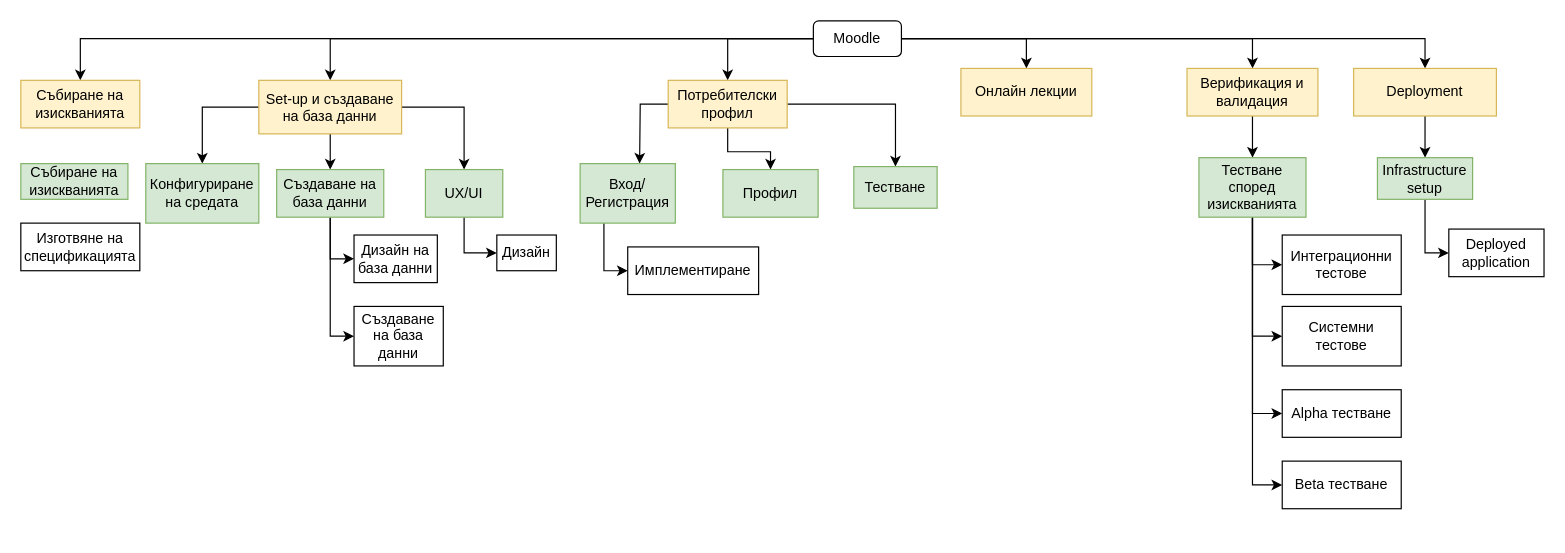
The draw.io diagram Untitled Diagram.drawio in kirilNikolov97/CMS-Project, before the edit. Source tidied: cells renumbered, new cells numbered last; positions are measured from the earlier drawing's top-left corner, leaving out a move shared by most shapes. Both pictures are drawn from the tidied source at 119%, with x=0, y=0 at pixel (20, 20).
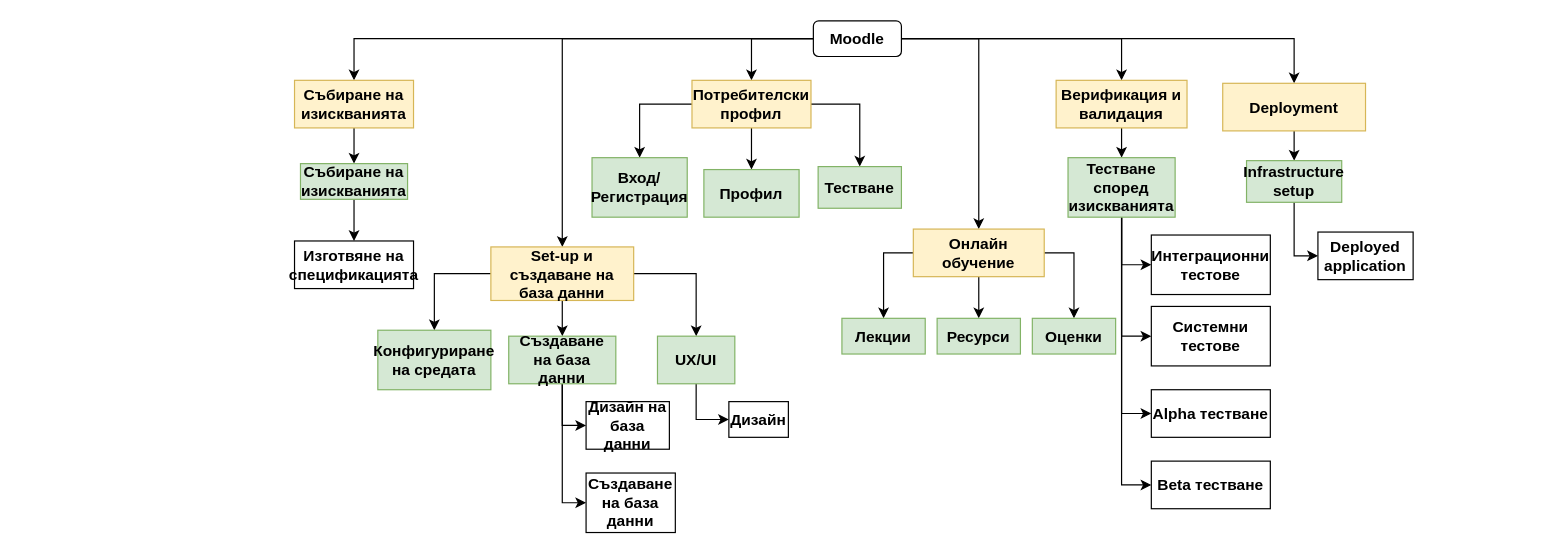
The same diagram, later.

What changed in the source:
```diff
@@
-    <mxCell id="2" style="edgeStyle=orthogonalEdgeStyle;rounded=0;jettySize=auto;html=1;entryX=0.5;entryY=0;entryDx=0;entryDy=0;" parent="1" edge="1" source="8" target="9">
+    <mxCell id="2" style="edgeStyle=orthogonalEdgeStyle;rounded=0;jettySize=auto;html=1;entryX=0.5;entryY=0;entryDx=0;entryDy=0;fontStyle=1;fontSize=13;" parent="1" edge="1" source="8" target="9">
       <mxGeometry relative="1" as="geometry" />
     </mxCell>
-    <mxCell id="3" style="edgeStyle=orthogonalEdgeStyle;rounded=0;jettySize=auto;html=1;entryX=0.5;entryY=0;entryDx=0;entryDy=0;" parent="1" edge="1" source="8" target="13">
+    <mxCell id="3" style="edgeStyle=orthogonalEdgeStyle;rounded=0;jettySize=auto;html=1;entryX=0.5;entryY=0;entryDx=0;entryDy=0;fontStyle=1;fontSize=13;" parent="1" edge="1" source="8" target="13">
       <mxGeometry relative="1" as="geometry" />
     </mxCell>
-    <mxCell id="4" style="edgeStyle=orthogonalEdgeStyle;rounded=0;jettySize=auto;html=1;entryX=0.5;entryY=0;entryDx=0;entryDy=0;" parent="1" edge="1" source="8" target="18">
+    <mxCell id="4" style="edgeStyle=orthogonalEdgeStyle;rounded=0;jettySize=auto;html=1;entryX=0.5;entryY=0;entryDx=0;entryDy=0;fontStyle=1;fontSize=13;" parent="1" edge="1" source="8" target="18">
       <mxGeometry relative="1" as="geometry" />
     </mxCell>
-    <mxCell id="5" style="edgeStyle=orthogonalEdgeStyle;rounded=0;jettySize=auto;html=1;entryX=0.5;entryY=0;entryDx=0;entryDy=0;" parent="1" edge="1" source="8" target="20">
+    <mxCell id="5" style="edgeStyle=orthogonalEdgeStyle;rounded=0;jettySize=auto;html=1;entryX=0.5;entryY=0;entryDx=0;entryDy=0;fontStyle=1;fontSize=13;" parent="1" edge="1" source="8" target="20">
       <mxGeometry relative="1" as="geometry" />
     </mxCell>
-    <mxCell id="6" style="edgeStyle=orthogonalEdgeStyle;rounded=0;jettySize=auto;html=1;" parent="1" edge="1" source="8" target="22">
+    <mxCell id="6" style="edgeStyle=orthogonalEdgeStyle;rounded=0;jettySize=auto;html=1;fontStyle=1;fontSize=13;" parent="1" edge="1" source="8" target="22">
       <mxGeometry relative="1" as="geometry" />
     </mxCell>
-    <mxCell id="7" style="edgeStyle=orthogonalEdgeStyle;rounded=0;jettySize=auto;html=1;exitX=0;exitY=0.5;exitDx=0;exitDy=0;" parent="1" edge="1" source="8" target="17">
+    <mxCell id="7" style="edgeStyle=orthogonalEdgeStyle;rounded=0;jettySize=auto;html=1;exitX=0;exitY=0.5;exitDx=0;exitDy=0;fontStyle=1;fontSize=13;" parent="1" edge="1" source="8" target="17">
       <mxGeometry relative="1" as="geometry" />
     </mxCell>
-    <mxCell id="8" value="Moodle" style="rounded=1;whiteSpace=wrap;html=1;" parent="1" vertex="1">
+    <mxCell id="8" value="Moodle" style="rounded=1;whiteSpace=wrap;html=1;fontStyle=1;fontSize=13;" parent="1" vertex="1">
       <mxGeometry x="666" width="74" height="30" as="geometry" />
     </mxCell>
+    <mxCell id="51" style="edgeStyle=orthogonalEdgeStyle;rounded=0;jettySize=auto;html=1;fontStyle=1;fontSize=13;" parent="1" edge="1" source="9" target="23">
+      <mxGeometry relative="1" as="geometry" />
+    </mxCell>
-    <mxCell id="9" value="Събиране на изискванията" style="whiteSpace=wrap;html=1;fillColor=#fff2cc;strokeColor=#d6b656;" parent="1" vertex="1">
-      <mxGeometry y="50" width="100" height="40" as="geometry" />
+    <mxCell id="9" value="Събиране на изискванията" style="whiteSpace=wrap;html=1;fillColor=#fff2cc;strokeColor=#d6b656;fontStyle=1;fontSize=13;" parent="1" vertex="1">
+      <mxGeometry x="230" y="50" width="100" height="40" as="geometry" />
     </mxCell>
-    <mxCell id="10" style="edgeStyle=orthogonalEdgeStyle;rounded=0;jettySize=auto;html=1;exitX=0;exitY=0.5;exitDx=0;exitDy=0;" parent="1" edge="1" source="13" target="25">
+    <mxCell id="10" style="edgeStyle=orthogonalEdgeStyle;rounded=0;jettySize=auto;html=1;exitX=0;exitY=0.5;exitDx=0;exitDy=0;fontStyle=1;fontSize=13;" parent="1" edge="1" source="13" target="25">
       <mxGeometry relative="1" as="geometry" />
     </mxCell>
-    <mxCell id="11" style="edgeStyle=orthogonalEdgeStyle;rounded=0;jettySize=auto;html=1;" parent="1" edge="1" source="13" target="28">
+    <mxCell id="11" style="edgeStyle=orthogonalEdgeStyle;rounded=0;jettySize=auto;html=1;fontStyle=1;fontSize=13;" parent="1" edge="1" source="13" target="28">
       <mxGeometry relative="1" as="geometry" />
     </mxCell>
-    <mxCell id="12" style="edgeStyle=orthogonalEdgeStyle;rounded=0;jettySize=auto;html=1;exitX=1;exitY=0.5;exitDx=0;exitDy=0;entryX=0.5;entryY=0;entryDx=0;entryDy=0;" parent="1" edge="1" source="13" target="30">
+    <mxCell id="12" style="edgeStyle=orthogonalEdgeStyle;rounded=0;jettySize=auto;html=1;exitX=1;exitY=0.5;exitDx=0;exitDy=0;entryX=0.5;entryY=0;entryDx=0;entryDy=0;fontStyle=1;fontSize=13;" parent="1" edge="1" source="13" target="30">
       <mxGeometry relative="1" as="geometry" />
     </mxCell>
-    <mxCell id="13" value="Set-up и създаване на база данни" style="whiteSpace=wrap;html=1;fillColor=#fff2cc;strokeColor=#d6b656;" parent="1" vertex="1">
-      <mxGeometry x="200" y="50" width="120" height="45" as="geometry" />
+    <mxCell id="13" value="Set-up и създаване на база данни" style="whiteSpace=wrap;html=1;fillColor=#fff2cc;strokeColor=#d6b656;fontStyle=1;fontSize=13;" parent="1" vertex="1">
+      <mxGeometry x="395" y="190" width="120" height="45" as="geometry" />
     </mxCell>
-    <mxCell id="14" style="edgeStyle=orthogonalEdgeStyle;rounded=0;jettySize=auto;html=1;entryX=0.5;entryY=0;entryDx=0;entryDy=0;" parent="1" edge="1" source="17">
-      <mxGeometry relative="1" as="geometry">
-        <mxPoint x="520" y="120" as="targetPoint" />
-      </mxGeometry>
-    </mxCell>
-    <mxCell id="15" style="edgeStyle=orthogonalEdgeStyle;rounded=0;jettySize=auto;html=1;entryX=0.5;entryY=0;entryDx=0;entryDy=0;" parent="1" edge="1" source="17" target="36">
+    <mxCell id="15" style="edgeStyle=orthogonalEdgeStyle;rounded=0;jettySize=auto;html=1;entryX=0.5;entryY=0;entryDx=0;entryDy=0;fontStyle=1;fontSize=13;" parent="1" edge="1" source="17" target="36">
       <mxGeometry relative="1" as="geometry" />
     </mxCell>
-    <mxCell id="16" style="edgeStyle=orthogonalEdgeStyle;rounded=0;jettySize=auto;html=1;entryX=0.5;entryY=0;entryDx=0;entryDy=0;" parent="1" edge="1" source="17" target="37">
+    <mxCell id="16" style="edgeStyle=orthogonalEdgeStyle;rounded=0;jettySize=auto;html=1;entryX=0.5;entryY=0;entryDx=0;entryDy=0;fontStyle=1;fontSize=13;" parent="1" edge="1" source="17" target="37">
       <mxGeometry relative="1" as="geometry" />
     </mxCell>
+    <mxCell id="52" style="edgeStyle=orthogonalEdgeStyle;rounded=0;jettySize=auto;html=1;entryX=0.5;entryY=0;entryDx=0;entryDy=0;fontStyle=1;fontSize=13;" parent="1" edge="1" source="17" target="35">
+      <mxGeometry relative="1" as="geometry" />
+    </mxCell>
-    <mxCell id="17" value="Потребителски профил" style="whiteSpace=wrap;html=1;fillColor=#fff2cc;strokeColor=#d6b656;" parent="1" vertex="1">
-      <mxGeometry x="544" y="50" width="100" height="40" as="geometry" />
+    <mxCell id="17" value="Потребителски профил" style="whiteSpace=wrap;html=1;fillColor=#fff2cc;strokeColor=#d6b656;fontStyle=1;fontSize=13;" parent="1" vertex="1">
+      <mxGeometry x="564" y="50" width="100" height="40" as="geometry" />
     </mxCell>
+    <mxCell id="53" style="edgeStyle=orthogonalEdgeStyle;rounded=0;jettySize=auto;html=1;fontStyle=1;fontSize=13;" parent="1" edge="1" source="18" target="58">
+      <mxGeometry relative="1" as="geometry" />
+    </mxCell>
+    <mxCell id="54" style="edgeStyle=orthogonalEdgeStyle;rounded=0;jettySize=auto;html=1;exitX=0;exitY=0.5;exitDx=0;exitDy=0;fontStyle=1;fontSize=13;" parent="1" edge="1" source="18" target="57">
+      <mxGeometry relative="1" as="geometry" />
+    </mxCell>
+    <mxCell id="55" style="edgeStyle=orthogonalEdgeStyle;rounded=0;jettySize=auto;html=1;exitX=1;exitY=0.5;exitDx=0;exitDy=0;entryX=0.5;entryY=0;entryDx=0;entryDy=0;fontStyle=1;fontSize=13;" parent="1" edge="1" source="18" target="59">
+      <mxGeometry relative="1" as="geometry" />
+    </mxCell>
-    <mxCell id="18" value="Онлайн лекции" style="whiteSpace=wrap;html=1;fillColor=#fff2cc;strokeColor=#d6b656;" parent="1" vertex="1">
-      <mxGeometry x="790" y="40" width="110" height="40" as="geometry" />
+    <mxCell id="18" value="Онлайн обучение" style="whiteSpace=wrap;html=1;fillColor=#fff2cc;strokeColor=#d6b656;fontStyle=1;fontSize=13;" parent="1" vertex="1">
+      <mxGeometry x="750" y="175" width="110" height="40" as="geometry" />
     </mxCell>
-    <mxCell id="19" style="edgeStyle=orthogonalEdgeStyle;rounded=0;jettySize=auto;html=1;entryX=0.5;entryY=0;entryDx=0;entryDy=0;" parent="1" edge="1" source="20" target="42">
+    <mxCell id="19" style="edgeStyle=orthogonalEdgeStyle;rounded=0;jettySize=auto;html=1;entryX=0.5;entryY=0;entryDx=0;entryDy=0;fontStyle=1;fontSize=13;" parent="1" edge="1" source="20" target="42">
       <mxGeometry relative="1" as="geometry" />
     </mxCell>
-    <mxCell id="20" value="Верификация и валидация" style="whiteSpace=wrap;html=1;fillColor=#fff2cc;strokeColor=#d6b656;" parent="1" vertex="1">
-      <mxGeometry x="980" y="40" width="110" height="40" as="geometry" />
+    <mxCell id="20" value="Верификация и валидация" style="whiteSpace=wrap;html=1;fillColor=#fff2cc;strokeColor=#d6b656;fontStyle=1;fontSize=13;" parent="1" vertex="1">
+      <mxGeometry x="870" y="50" width="110" height="40" as="geometry" />
     </mxCell>
-    <mxCell id="21" style="edgeStyle=orthogonalEdgeStyle;rounded=0;jettySize=auto;html=1;entryX=0.5;entryY=0;entryDx=0;entryDy=0;" parent="1" edge="1" source="22" target="44">
+    <mxCell id="21" style="edgeStyle=orthogonalEdgeStyle;rounded=0;jettySize=auto;html=1;entryX=0.5;entryY=0;entryDx=0;entryDy=0;fontStyle=1;fontSize=13;" parent="1" edge="1" source="22" target="44">
       <mxGeometry relative="1" as="geometry" />
     </mxCell>
-    <mxCell id="22" value="Deployment" style="whiteSpace=wrap;html=1;fillColor=#fff2cc;strokeColor=#d6b656;" parent="1" vertex="1">
-      <mxGeometry x="1120" y="40" width="120" height="40" as="geometry" />
+    <mxCell id="22" value="Deployment" style="whiteSpace=wrap;html=1;fillColor=#fff2cc;strokeColor=#d6b656;fontStyle=1;fontSize=13;" parent="1" vertex="1">
+      <mxGeometry x="1010" y="52.5" width="120" height="40" as="geometry" />
     </mxCell>
+    <mxCell id="56" style="edgeStyle=orthogonalEdgeStyle;rounded=0;jettySize=auto;html=1;entryX=0.5;entryY=0;entryDx=0;entryDy=0;fontStyle=1;fontSize=13;" parent="1" edge="1" source="23" target="24">
+      <mxGeometry relative="1" as="geometry" />
+    </mxCell>
-    <mxCell id="23" value="Събиране на изискванията" style="whiteSpace=wrap;html=1;fillColor=#d5e8d4;strokeColor=#82b366;" parent="1" vertex="1">
-      <mxGeometry y="120" width="90" height="30" as="geometry" />
+    <mxCell id="23" value="Събиране на изискванията" style="whiteSpace=wrap;html=1;fillColor=#d5e8d4;strokeColor=#82b366;fontStyle=1;fontSize=13;" parent="1" vertex="1">
+      <mxGeometry x="235" y="120" width="90" height="30" as="geometry" />
     </mxCell>
-    <mxCell id="24" value="Изготвяне на спецификацията" style="whiteSpace=wrap;html=1;" parent="1" vertex="1">
-      <mxGeometry y="170" width="100" height="40" as="geometry" />
+    <mxCell id="24" value="Изготвяне на спецификацията" style="whiteSpace=wrap;html=1;fontStyle=1;fontSize=13;" parent="1" vertex="1">
+      <mxGeometry x="230" y="185" width="100" height="40" as="geometry" />
     </mxCell>
-    <mxCell id="25" value="Конфигуриране на средата" style="whiteSpace=wrap;html=1;fillColor=#d5e8d4;strokeColor=#82b366;" parent="1" vertex="1">
-      <mxGeometry x="105" y="120" width="95" height="50" as="geometry" />
+    <mxCell id="25" value="Конфигуриране на средата" style="whiteSpace=wrap;html=1;fillColor=#d5e8d4;strokeColor=#82b366;fontStyle=1;fontSize=13;" parent="1" vertex="1">
+      <mxGeometry x="300" y="260" width="95" height="50" as="geometry" />
     </mxCell>
-    <mxCell id="26" style="edgeStyle=orthogonalEdgeStyle;rounded=0;jettySize=auto;html=1;entryX=0;entryY=0.5;entryDx=0;entryDy=0;" parent="1" edge="1" source="28" target="31">
+    <mxCell id="26" style="edgeStyle=orthogonalEdgeStyle;rounded=0;jettySize=auto;html=1;entryX=0;entryY=0.5;entryDx=0;entryDy=0;fontStyle=1;fontSize=13;" parent="1" edge="1" source="28" target="31">
       <mxGeometry relative="1" as="geometry" />
     </mxCell>
-    <mxCell id="27" style="edgeStyle=orthogonalEdgeStyle;rounded=0;jettySize=auto;html=1;entryX=0;entryY=0.5;entryDx=0;entryDy=0;" parent="1" edge="1" source="28" target="32">
+    <mxCell id="27" style="edgeStyle=orthogonalEdgeStyle;rounded=0;jettySize=auto;html=1;entryX=0;entryY=0.5;entryDx=0;entryDy=0;fontStyle=1;fontSize=13;" parent="1" edge="1" source="28" target="32">
       <mxGeometry relative="1" as="geometry" />
     </mxCell>
-    <mxCell id="28" value="Създаване на база данни" style="whiteSpace=wrap;html=1;fillColor=#d5e8d4;strokeColor=#82b366;" parent="1" vertex="1">
-      <mxGeometry x="215" y="125" width="90" height="40" as="geometry" />
+    <mxCell id="28" value="Създаване на база данни" style="whiteSpace=wrap;html=1;fillColor=#d5e8d4;strokeColor=#82b366;fontStyle=1;fontSize=13;" parent="1" vertex="1">
+      <mxGeometry x="410" y="265" width="90" height="40" as="geometry" />
     </mxCell>
-    <mxCell id="29" style="edgeStyle=orthogonalEdgeStyle;rounded=0;jettySize=auto;html=1;entryX=0;entryY=0.5;entryDx=0;entryDy=0;" parent="1" edge="1" source="30" target="33">
+    <mxCell id="29" style="edgeStyle=orthogonalEdgeStyle;rounded=0;jettySize=auto;html=1;entryX=0;entryY=0.5;entryDx=0;entryDy=0;fontStyle=1;fontSize=13;" parent="1" edge="1" source="30" target="33">
       <mxGeometry relative="1" as="geometry" />
     </mxCell>
-    <mxCell id="30" value="UX/UI" style="whiteSpace=wrap;html=1;fillColor=#d5e8d4;strokeColor=#82b366;" parent="1" vertex="1">
-      <mxGeometry x="340" y="125" width="65" height="40" as="geometry" />
+    <mxCell id="30" value="UX/UI" style="whiteSpace=wrap;html=1;fillColor=#d5e8d4;strokeColor=#82b366;fontStyle=1;fontSize=13;" parent="1" vertex="1">
+      <mxGeometry x="535" y="265" width="65" height="40" as="geometry" />
     </mxCell>
-    <mxCell id="31" value="Дизайн на база данни" style="whiteSpace=wrap;html=1;" parent="1" vertex="1">
-      <mxGeometry x="280" y="180" width="70" height="40" as="geometry" />
+    <mxCell id="31" value="Дизайн на база данни" style="whiteSpace=wrap;html=1;fontStyle=1;fontSize=13;" parent="1" vertex="1">
+      <mxGeometry x="475" y="320" width="70" height="40" as="geometry" />
     </mxCell>
-    <mxCell id="32" value="Създаване на база данни" style="whiteSpace=wrap;html=1;" parent="1" vertex="1">
-      <mxGeometry x="280" y="240" width="75" height="50" as="geometry" />
+    <mxCell id="32" value="Създаване на база данни" style="whiteSpace=wrap;html=1;fontStyle=1;fontSize=13;" parent="1" vertex="1">
+      <mxGeometry x="475" y="380" width="75" height="50" as="geometry" />
     </mxCell>
-    <mxCell id="33" value="Дизайн" style="whiteSpace=wrap;html=1;" parent="1" vertex="1">
-      <mxGeometry x="400" y="180" width="50" height="30" as="geometry" />
+    <mxCell id="33" value="Дизайн" style="whiteSpace=wrap;html=1;fontStyle=1;fontSize=13;" parent="1" vertex="1">
+      <mxGeometry x="595" y="320" width="50" height="30" as="geometry" />
     </mxCell>
-    <mxCell id="34" style="edgeStyle=orthogonalEdgeStyle;rounded=0;jettySize=auto;html=1;exitX=0.25;exitY=1;exitDx=0;exitDy=0;entryX=0;entryY=0.5;entryDx=0;entryDy=0;" parent="1" edge="1" source="35" target="50">
-      <mxGeometry relative="1" as="geometry" />
-    </mxCell>
-    <mxCell id="35" value="Вход/Регистрация" style="whiteSpace=wrap;html=1;fillColor=#d5e8d4;strokeColor=#82b366;" parent="1" vertex="1">
-      <mxGeometry x="470" y="120" width="80" height="50" as="geometry" />
+    <mxCell id="35" value="Вход/Регистрация" style="whiteSpace=wrap;html=1;fillColor=#d5e8d4;strokeColor=#82b366;fontStyle=1;fontSize=13;" parent="1" vertex="1">
+      <mxGeometry x="480" y="115" width="80" height="50" as="geometry" />
     </mxCell>
-    <mxCell id="36" value="Профил" style="whiteSpace=wrap;html=1;fillColor=#d5e8d4;strokeColor=#82b366;" parent="1" vertex="1">
-      <mxGeometry x="590" y="125" width="80" height="40" as="geometry" />
+    <mxCell id="36" value="Профил" style="whiteSpace=wrap;html=1;fillColor=#d5e8d4;strokeColor=#82b366;fontStyle=1;fontSize=13;" parent="1" vertex="1">
+      <mxGeometry x="574" y="125" width="80" height="40" as="geometry" />
     </mxCell>
-    <mxCell id="37" value="Тестване" style="whiteSpace=wrap;html=1;fillColor=#d5e8d4;strokeColor=#82b366;" parent="1" vertex="1">
-      <mxGeometry x="700" y="122.5" width="70" height="35" as="geometry" />
+    <mxCell id="37" value="Тестване" style="whiteSpace=wrap;html=1;fillColor=#d5e8d4;strokeColor=#82b366;fontStyle=1;fontSize=13;" parent="1" vertex="1">
+      <mxGeometry x="670" y="122.5" width="70" height="35" as="geometry" />
     </mxCell>
-    <mxCell id="38" style="edgeStyle=orthogonalEdgeStyle;rounded=0;jettySize=auto;html=1;entryX=0;entryY=0.5;entryDx=0;entryDy=0;" parent="1" edge="1" source="42" target="46">
+    <mxCell id="38" style="edgeStyle=orthogonalEdgeStyle;rounded=0;jettySize=auto;html=1;entryX=0;entryY=0.5;entryDx=0;entryDy=0;fontStyle=1;fontSize=13;" parent="1" edge="1" source="42" target="46">
       <mxGeometry relative="1" as="geometry" />
     </mxCell>
-    <mxCell id="39" style="edgeStyle=orthogonalEdgeStyle;rounded=0;jettySize=auto;html=1;entryX=0;entryY=0.5;entryDx=0;entryDy=0;" parent="1" edge="1" source="42" target="47">
+    <mxCell id="39" style="edgeStyle=orthogonalEdgeStyle;rounded=0;jettySize=auto;html=1;entryX=0;entryY=0.5;entryDx=0;entryDy=0;fontStyle=1;fontSize=13;" parent="1" edge="1" source="42" target="47">
       <mxGeometry relative="1" as="geometry" />
     </mxCell>
-    <mxCell id="40" style="edgeStyle=orthogonalEdgeStyle;rounded=0;jettySize=auto;html=1;entryX=0;entryY=0.5;entryDx=0;entryDy=0;" parent="1" edge="1" source="42" target="48">
+    <mxCell id="40" style="edgeStyle=orthogonalEdgeStyle;rounded=0;jettySize=auto;html=1;entryX=0;entryY=0.5;entryDx=0;entryDy=0;fontStyle=1;fontSize=13;" parent="1" edge="1" source="42" target="48">
       <mxGeometry relative="1" as="geometry" />
     </mxCell>
-    <mxCell id="41" style="edgeStyle=orthogonalEdgeStyle;rounded=0;jettySize=auto;html=1;entryX=0;entryY=0.5;entryDx=0;entryDy=0;" parent="1" edge="1" source="42" target="49">
+    <mxCell id="41" style="edgeStyle=orthogonalEdgeStyle;rounded=0;jettySize=auto;html=1;entryX=0;entryY=0.5;entryDx=0;entryDy=0;fontStyle=1;fontSize=13;" parent="1" edge="1" source="42" target="49">
       <mxGeometry relative="1" as="geometry" />
     </mxCell>
-    <mxCell id="42" value="Тестване според изискванията" style="whiteSpace=wrap;html=1;fillColor=#d5e8d4;strokeColor=#82b366;" parent="1" vertex="1">
-      <mxGeometry x="990" y="115" width="90" height="50" as="geometry" />
+    <mxCell id="42" value="Тестване според изискванията" style="whiteSpace=wrap;html=1;fillColor=#d5e8d4;strokeColor=#82b366;fontStyle=1;fontSize=13;" parent="1" vertex="1">
+      <mxGeometry x="880" y="115" width="90" height="50" as="geometry" />
     </mxCell>
-    <mxCell id="43" style="edgeStyle=orthogonalEdgeStyle;rounded=0;jettySize=auto;html=1;entryX=0;entryY=0.5;entryDx=0;entryDy=0;" parent="1" edge="1" source="44" target="45">
+    <mxCell id="43" style="edgeStyle=orthogonalEdgeStyle;rounded=0;jettySize=auto;html=1;entryX=0;entryY=0.5;entryDx=0;entryDy=0;fontStyle=1;fontSize=13;" parent="1" edge="1" source="44" target="45">
       <mxGeometry relative="1" as="geometry" />
     </mxCell>
-    <mxCell id="44" value="Infrastructure setup" style="whiteSpace=wrap;html=1;fillColor=#d5e8d4;strokeColor=#82b366;" parent="1" vertex="1">
-      <mxGeometry x="1140" y="115" width="80" height="35" as="geometry" />
+    <mxCell id="44" value="Infrastructure setup" style="whiteSpace=wrap;html=1;fillColor=#d5e8d4;strokeColor=#82b366;fontStyle=1;fontSize=13;" parent="1" vertex="1">
+      <mxGeometry x="1030" y="117.5" width="80" height="35" as="geometry" />
     </mxCell>
-    <mxCell id="45" value="Deployed application" style="whiteSpace=wrap;html=1;" parent="1" vertex="1">
-      <mxGeometry x="1200" y="175" width="80" height="40" as="geometry" />
+    <mxCell id="45" value="Deployed application" style="whiteSpace=wrap;html=1;fontStyle=1;fontSize=13;" parent="1" vertex="1">
+      <mxGeometry x="1090" y="177.5" width="80" height="40" as="geometry" />
     </mxCell>
-    <mxCell id="46" value="Интеграционни тестове" style="whiteSpace=wrap;html=1;" parent="1" vertex="1">
-      <mxGeometry x="1060" y="180" width="100" height="50" as="geometry" />
+    <mxCell id="46" value="Интеграционни тестове" style="whiteSpace=wrap;html=1;fontStyle=1;fontSize=13;" parent="1" vertex="1">
+      <mxGeometry x="950" y="180" width="100" height="50" as="geometry" />
     </mxCell>
-    <mxCell id="47" value="Системни тестове" style="whiteSpace=wrap;html=1;" parent="1" vertex="1">
-      <mxGeometry x="1060" y="240" width="100" height="50" as="geometry" />
+    <mxCell id="47" value="Системни тестове" style="whiteSpace=wrap;html=1;fontStyle=1;fontSize=13;" parent="1" vertex="1">
+      <mxGeometry x="950" y="240" width="100" height="50" as="geometry" />
     </mxCell>
-    <mxCell id="48" value="Alpha тестване" style="whiteSpace=wrap;html=1;" parent="1" vertex="1">
-      <mxGeometry x="1060" y="310" width="100" height="40" as="geometry" />
+    <mxCell id="48" value="Alpha тестване" style="whiteSpace=wrap;html=1;fontStyle=1;fontSize=13;" parent="1" vertex="1">
+      <mxGeometry x="950" y="310" width="100" height="40" as="geometry" />
     </mxCell>
-    <mxCell id="49" value="Beta тестване" style="whiteSpace=wrap;html=1;" parent="1" vertex="1">
-      <mxGeometry x="1060" y="370" width="100" height="40" as="geometry" />
+    <mxCell id="49" value="Beta тестване" style="whiteSpace=wrap;html=1;fontStyle=1;fontSize=13;" parent="1" vertex="1">
+      <mxGeometry x="950" y="370" width="100" height="40" as="geometry" />
     </mxCell>
-    <mxCell id="50" value="Имплементиране" style="whiteSpace=wrap;html=1;" parent="1" vertex="1">
-      <mxGeometry x="510" y="190" width="110" height="40" as="geometry" />
-    </mxCell>
+    <mxCell id="57" value="Лекции" style="whiteSpace=wrap;html=1;fillColor=#d5e8d4;strokeColor=#82b366;fontStyle=1;fontSize=13;" parent="1" vertex="1">
+      <mxGeometry x="690" y="250" width="70" height="30" as="geometry" />
+    </mxCell>
+    <mxCell id="58" value="Ресурси" style="whiteSpace=wrap;html=1;fillColor=#d5e8d4;strokeColor=#82b366;fontStyle=1;fontSize=13;" parent="1" vertex="1">
+      <mxGeometry x="770" y="250" width="70" height="30" as="geometry" />
+    </mxCell>
+    <mxCell id="59" value="Оценки" style="whiteSpace=wrap;html=1;fillColor=#d5e8d4;strokeColor=#82b366;fontStyle=1;fontSize=13;" parent="1" vertex="1">
+      <mxGeometry x="850" y="250" width="70" height="30" as="geometry" />
+    </mxCell>
```
